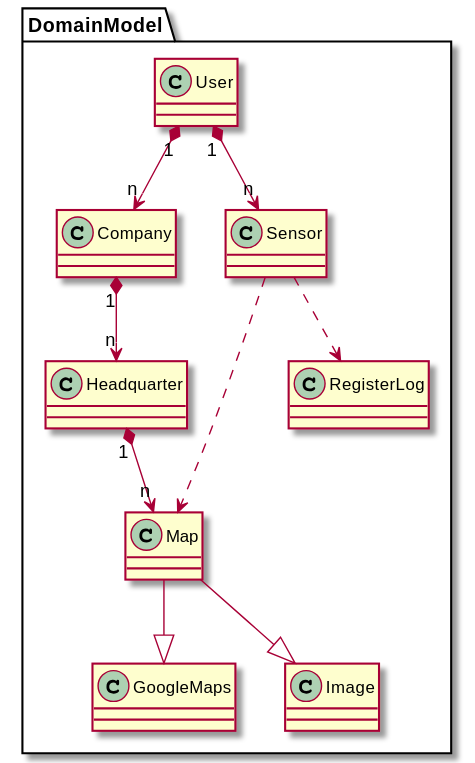
jumpering/pestmonitors keeps this PlantUML diagram as docs/src/domainModel/domainModel.svg. Above is the earlier version.
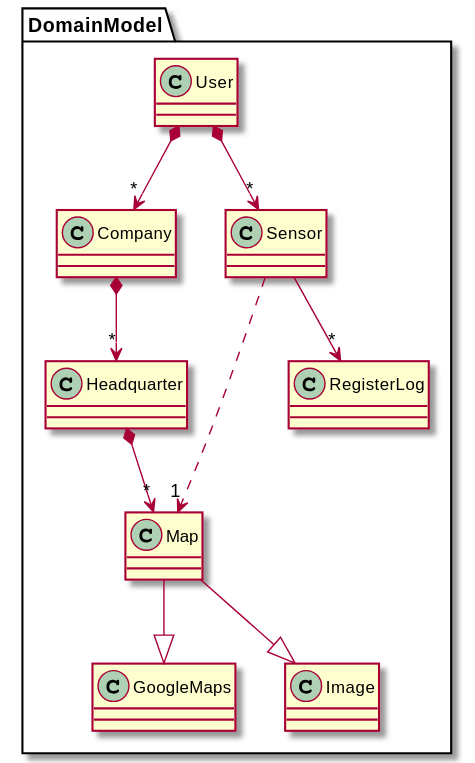
Above is the later version.

What changed in the source:
```diff
@@ -9,15 +9,14 @@
 class Sensor
 class RegisterLog
 
-User "1" *--> "n" Sensor
-User "1" *--> "n" Company
-Company "1" *--> "n" Headquarter
-Headquarter "1" *--> "n" Map
+User  *--> "*" Sensor
+User *--> "*" Company
+Company *--> "*" Headquarter
+Headquarter *--> "*" Map
 Map -down-|> GoogleMaps
 Map -down-|> Image
 
-Sensor ..> Map
-
-Sensor ..> RegisterLog
+Sensor ..> "1" Map
+Sensor --> "*" RegisterLog
 }
 @enduml
```
